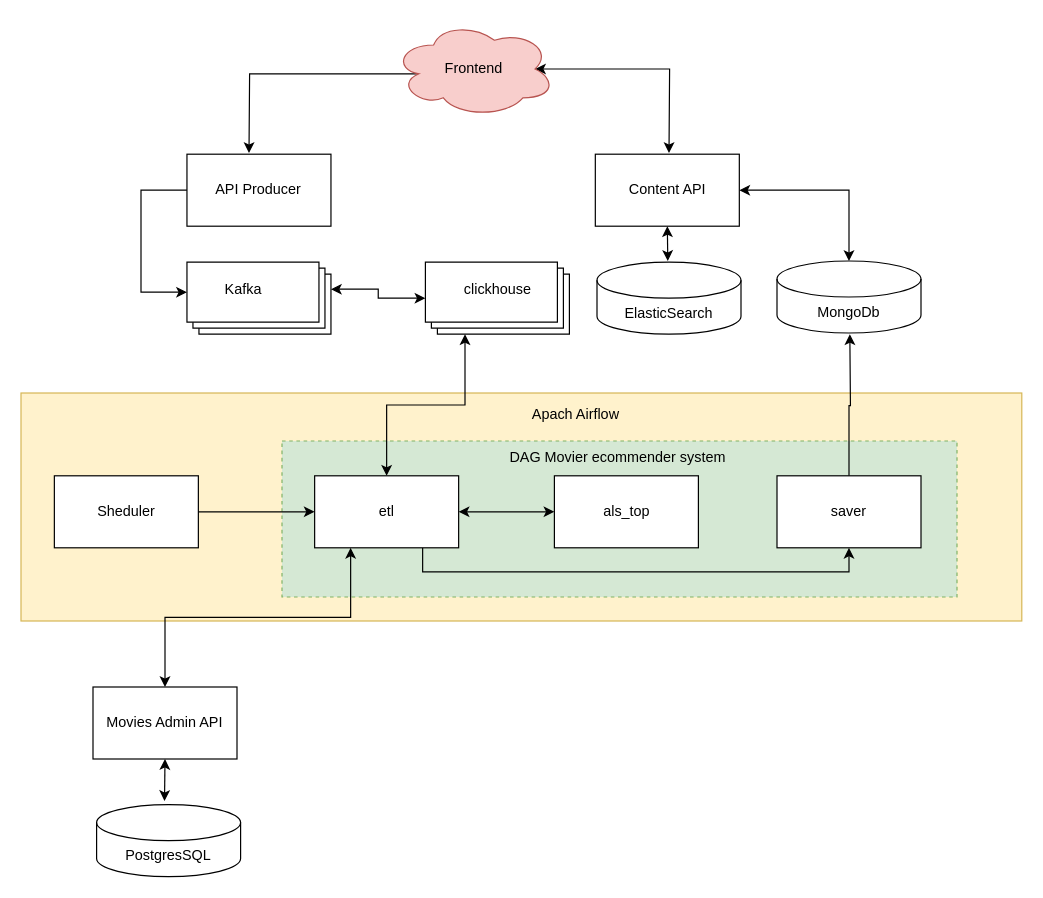
Above: schemas/common_schema.drawio in xh4vm/graduate_work (draw.io), before the change. Source tidied: cells renumbered, new cells numbered last; positions are measured from the earlier drawing's top-left corner, leaving out a move shared by most shapes. Both pictures are drawn from the tidied source at 120%, with x=0, y=0 at pixel (20, 20).
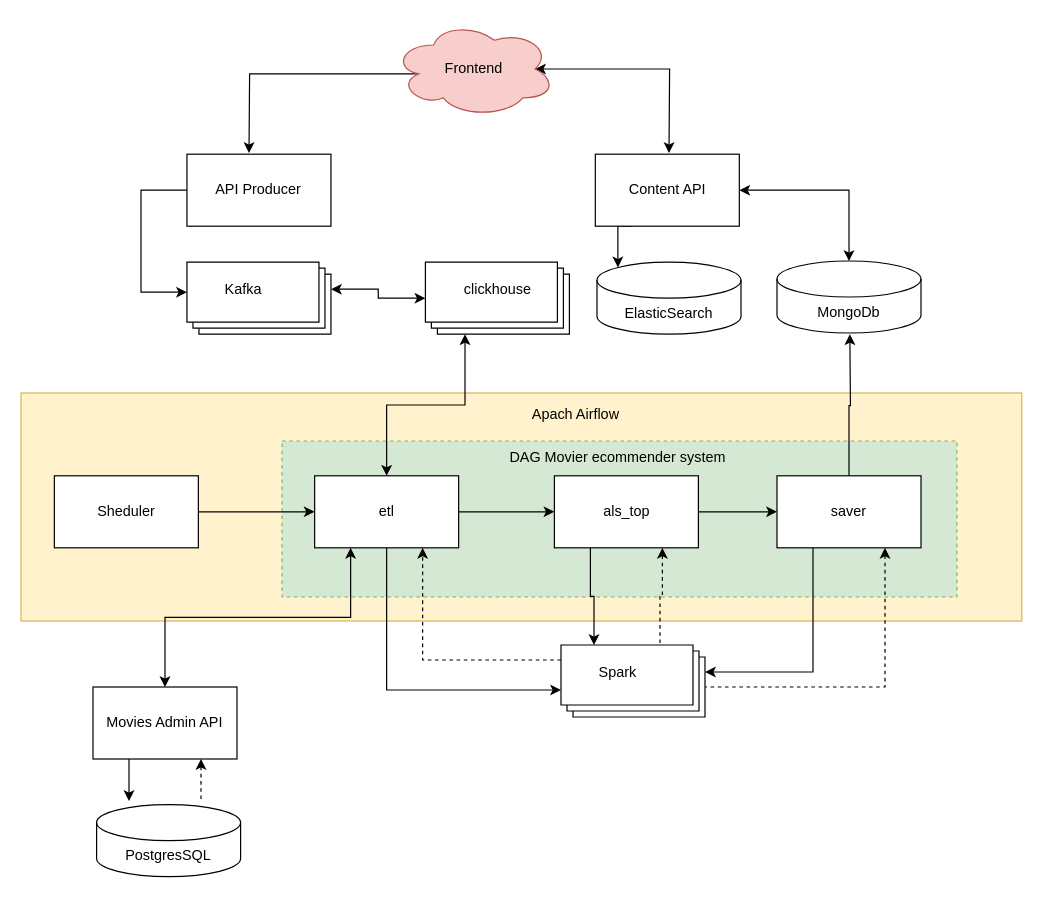
The same diagram, later.

The change refers to these unchanged cells:
```xml
<mxCell id="14" value="Movies Admin API" style="whiteSpace=wrap;html=1;" parent="1" vertex="1">
  <mxGeometry x="60" y="555" width="120" height="60" as="geometry" />
</mxCell>
<mxCell id="17" value="Content API" style="whiteSpace=wrap;html=1;" parent="1" vertex="1">
  <mxGeometry x="478.6" y="111" width="120" height="60" as="geometry" />
</mxCell>
<mxCell id="26" value="etl" style="rounded=0;whiteSpace=wrap;html=1;" parent="1" vertex="1">
  <mxGeometry x="244.7" y="379" width="120" height="60" as="geometry" />
</mxCell>
<mxCell id="27" value="als_top" style="rounded=0;whiteSpace=wrap;html=1;" parent="1" vertex="1">
  <mxGeometry x="444.5" y="379" width="120" height="60" as="geometry" />
</mxCell>
<mxCell id="30" value="saver" style="rounded=0;whiteSpace=wrap;html=1;" parent="1" vertex="1">
  <mxGeometry x="630" y="379" width="120" height="60" as="geometry" />
</mxCell>
<mxCell id="34" value="ElasticSearch" style="shape=cylinder3;whiteSpace=wrap;html=1;boundedLbl=1;backgroundOutline=1;size=15;" parent="1" vertex="1">
  <mxGeometry x="480" y="201" width="120" height="60" as="geometry" />
</mxCell>
```

Change to the diagram source:
```diff
@@
-    <mxCell id="13" style="edgeStyle=orthogonalEdgeStyle;rounded=0;jettySize=auto;html=1;exitX=0.5;exitY=1;exitDx=0;exitDy=0;startArrow=classic;startFill=1;" parent="1" edge="1" source="14">
-      <mxGeometry relative="1" as="geometry">
-        <mxPoint x="119.6" y="650" as="targetPoint" />
-      </mxGeometry>
-    </mxCell>
+    <mxCell id="36" style="edgeStyle=orthogonalEdgeStyle;rounded=0;jettySize=auto;html=1;exitX=0.25;exitY=1;exitDx=0;exitDy=0;startArrow=none;startFill=0;" parent="1" edge="1" source="14">
+      <mxGeometry relative="1" as="geometry">
+        <mxPoint x="90" y="650" as="targetPoint" />
+      </mxGeometry>
+    </mxCell>
+    <mxCell id="37" style="edgeStyle=orthogonalEdgeStyle;rounded=0;jettySize=auto;html=1;exitX=0.75;exitY=1;exitDx=0;exitDy=0;startArrow=classic;startFill=1;endArrow=none;endFill=0;dashed=1;" parent="1" edge="1" source="14">
+      <mxGeometry relative="1" as="geometry">
+        <mxPoint x="150" y="650" as="targetPoint" />
+      </mxGeometry>
+    </mxCell>
@@
-    <mxCell id="16" style="edgeStyle=orthogonalEdgeStyle;rounded=0;jettySize=auto;html=1;exitX=0.5;exitY=1;exitDx=0;exitDy=0;startArrow=classic;startFill=1;" parent="1" edge="1" source="17">
-      <mxGeometry relative="1" as="geometry">
-        <mxPoint x="539" y="200" as="targetPoint" />
-      </mxGeometry>
-    </mxCell>
+    <mxCell id="38" style="edgeStyle=orthogonalEdgeStyle;rounded=0;jettySize=auto;html=1;exitX=0.25;exitY=1;exitDx=0;exitDy=0;entryX=0.145;entryY=0;entryDx=0;entryDy=4.35;entryPerimeter=0;startArrow=none;startFill=0;endArrow=classic;endFill=1;" parent="1" edge="1" source="17" target="34">
+      <mxGeometry relative="1" as="geometry" />
+    </mxCell>
@@
-    <mxCell id="22" style="edgeStyle=orthogonalEdgeStyle;rounded=0;jettySize=auto;html=1;exitX=1;exitY=0.5;exitDx=0;exitDy=0;entryX=0;entryY=0.5;entryDx=0;entryDy=0;startArrow=classic;startFill=1;" parent="1" edge="1" source="26" target="27">
+    <mxCell id="22" style="edgeStyle=orthogonalEdgeStyle;rounded=0;jettySize=auto;html=1;exitX=1;exitY=0.5;exitDx=0;exitDy=0;entryX=0;entryY=0.5;entryDx=0;entryDy=0;startArrow=none;startFill=0;" parent="1" edge="1" source="26" target="27">
       <mxGeometry relative="1" as="geometry" />
     </mxCell>
@@
-    <mxCell id="25" style="edgeStyle=orthogonalEdgeStyle;rounded=0;jettySize=auto;html=1;exitX=0.75;exitY=1;exitDx=0;exitDy=0;entryX=0.5;entryY=1;entryDx=0;entryDy=0;startArrow=none;startFill=0;" parent="1" edge="1" source="26" target="30">
-      <mxGeometry relative="1" as="geometry" />
-    </mxCell>
+    <mxCell id="39" style="edgeStyle=orthogonalEdgeStyle;rounded=0;jettySize=auto;html=1;exitX=0.5;exitY=1;exitDx=0;exitDy=0;entryX=0;entryY=0;entryDx=0;entryDy=37.5;entryPerimeter=0;startArrow=none;startFill=0;" parent="1" edge="1" source="26" target="46">
+      <mxGeometry relative="1" as="geometry" />
+    </mxCell>
@@
+    <mxCell id="40" style="edgeStyle=orthogonalEdgeStyle;rounded=0;jettySize=auto;html=1;exitX=1;exitY=0.5;exitDx=0;exitDy=0;entryX=0;entryY=0.5;entryDx=0;entryDy=0;startArrow=none;startFill=0;" parent="1" edge="1" source="27" target="30">
+      <mxGeometry relative="1" as="geometry" />
+    </mxCell>
+    <mxCell id="41" style="edgeStyle=orthogonalEdgeStyle;rounded=0;jettySize=auto;html=1;exitX=0.75;exitY=1;exitDx=0;exitDy=0;entryX=0;entryY=0;entryDx=82.49999999999997;entryDy=0;entryPerimeter=0;dashed=1;startArrow=classic;startFill=1;endArrow=none;endFill=0;" parent="1" edge="1" source="27" target="46">
+      <mxGeometry relative="1" as="geometry" />
+    </mxCell>
+    <mxCell id="42" style="edgeStyle=orthogonalEdgeStyle;rounded=0;jettySize=auto;html=1;exitX=0.25;exitY=1;exitDx=0;exitDy=0;entryX=0;entryY=0;entryDx=27.499999999999993;entryDy=0;entryPerimeter=0;startArrow=none;startFill=0;endArrow=classic;endFill=1;" parent="1" edge="1" source="27" target="46">
+      <mxGeometry relative="1" as="geometry" />
+    </mxCell>
@@
+    <mxCell id="43" style="edgeStyle=orthogonalEdgeStyle;rounded=0;jettySize=auto;html=1;exitX=0.75;exitY=1;exitDx=0;exitDy=0;entryX=0;entryY=0;entryDx=119.99999999999997;entryDy=35;entryPerimeter=0;dashed=1;startArrow=classic;startFill=1;endArrow=none;endFill=0;" parent="1" edge="1" source="30" target="46">
+      <mxGeometry relative="1" as="geometry" />
+    </mxCell>
+    <mxCell id="44" style="edgeStyle=orthogonalEdgeStyle;rounded=0;jettySize=auto;html=1;exitX=0.25;exitY=1;exitDx=0;exitDy=0;entryX=0;entryY=0;entryDx=119.99999999999997;entryDy=22.5;entryPerimeter=0;startArrow=none;startFill=0;endArrow=classic;endFill=1;" parent="1" edge="1" source="30" target="46">
+      <mxGeometry relative="1" as="geometry" />
+    </mxCell>
@@
+    <mxCell id="45" style="group;" parent="1" vertex="1">
+      <mxGeometry x="450" y="520" width="120" height="60" as="geometry" />
+    </mxCell>
+    <mxCell id="46" style="verticalLabelPosition=bottom;verticalAlign=top;html=1;shape=mxgraph.basic.layered_rect;dx=10;outlineConnect=0;whiteSpace=wrap;" parent="45" vertex="1">
+      <mxGeometry width="120" height="60" as="geometry" />
+    </mxCell>
+    <mxCell id="47" value="Spark" style="text;html=1;align=center;verticalAlign=middle;strokeColor=none;fillColor=none;rounded=0;" parent="45" vertex="1">
+      <mxGeometry x="21.6" y="8" width="50" height="30" as="geometry" />
+    </mxCell>
+    <mxCell id="48" style="edgeStyle=orthogonalEdgeStyle;rounded=0;jettySize=auto;html=1;exitX=0;exitY=0;exitDx=0;exitDy=12.5;exitPerimeter=0;entryX=0.75;entryY=1;entryDx=0;entryDy=0;startArrow=none;startFill=0;dashed=1;" parent="1" edge="1" source="46" target="26">
+      <mxGeometry relative="1" as="geometry" />
+    </mxCell>
```
